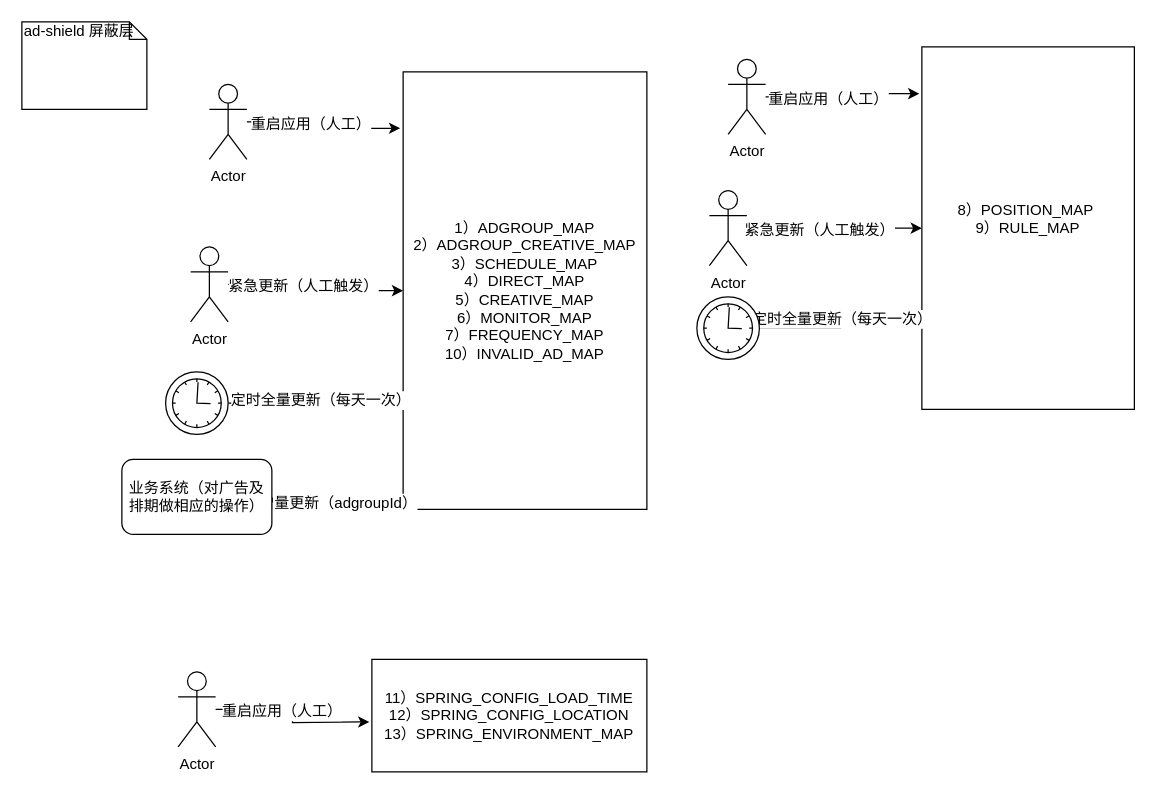
This is Untitled Diagram.drawio from cp0802/xueqqiu, a draw.io file, before an edit. Source tidied: cells renumbered, new cells numbered last; positions are measured from the earlier drawing's top-left corner, leaving out a move shared by most shapes. Both pictures are drawn from the tidied source at 125%, with x=0, y=0 at pixel (21, 21).
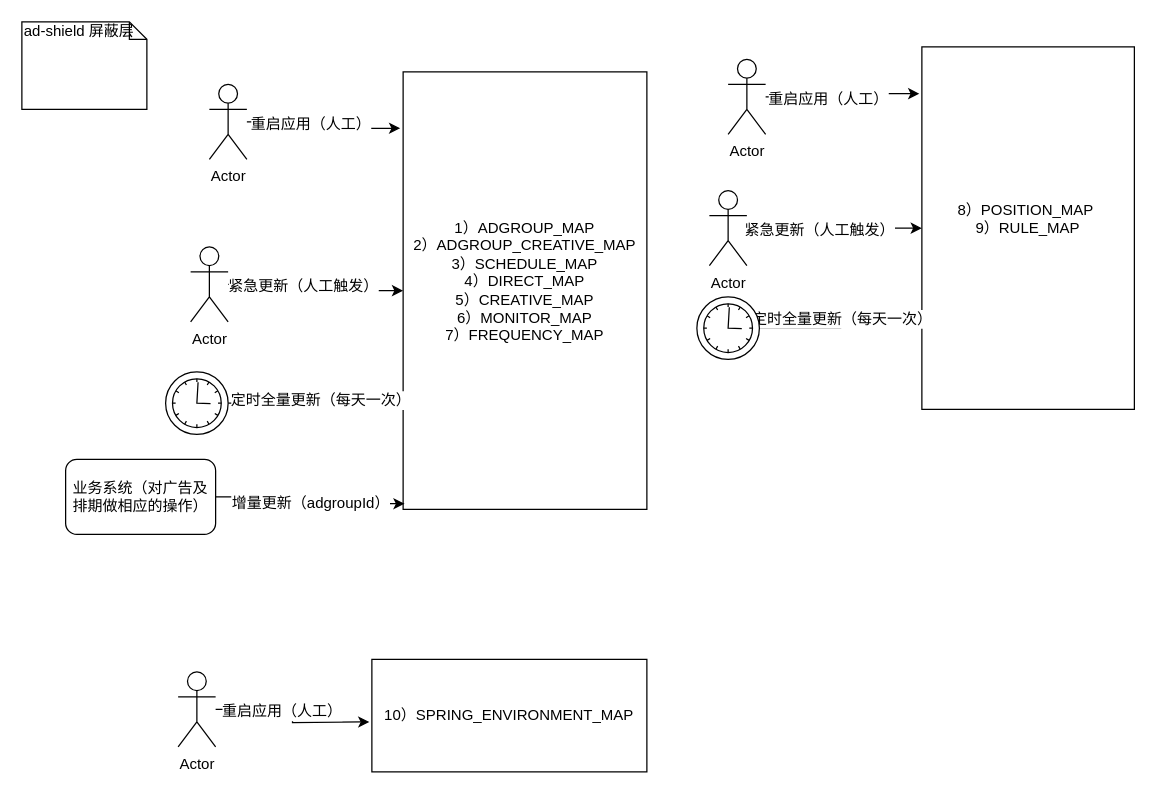
Above is the later version.

Change to the diagram source:
```diff
@@
-    <mxCell id="2" value="&lt;div&gt;1）ADGROUP_MAP&lt;/div&gt;2）ADGROUP_CREATIVE_MAP&lt;br&gt;3）SCHEDULE_MAP&lt;br&gt;&lt;div&gt;4）DIRECT_MAP&lt;/div&gt;&lt;div&gt;5）CREATIVE_MAP&lt;/div&gt;&lt;div&gt;6）MONITOR_MAP&lt;/div&gt;&lt;div&gt;7）FREQUENCY_MAP&lt;/div&gt;&lt;div&gt;10）INVALID_AD_MAP&lt;br&gt;&lt;/div&gt;" style="rounded=0;whiteSpace=wrap;html=1;" parent="1" vertex="1">
+    <mxCell id="2" value="&lt;div&gt;1）ADGROUP_MAP&lt;/div&gt;2）ADGROUP_CREATIVE_MAP&lt;br&gt;3）SCHEDULE_MAP&lt;br&gt;&lt;div&gt;4）DIRECT_MAP&lt;/div&gt;&lt;div&gt;5）CREATIVE_MAP&lt;/div&gt;&lt;div&gt;6）MONITOR_MAP&lt;/div&gt;&lt;div&gt;7）FREQUENCY_MAP&lt;/div&gt;&lt;div&gt;&lt;br&gt;&lt;/div&gt;" style="rounded=0;whiteSpace=wrap;html=1;" parent="1" vertex="1">
       <mxGeometry x="305" y="40" width="195" height="350" as="geometry" />
     </mxCell>
@@
     <mxCell id="14" value="业务系统（对广告及排期做相应的操作）" style="rounded=1;whiteSpace=wrap;html=1;" parent="1" vertex="1">
-      <mxGeometry x="80" y="350" width="120" height="60" as="geometry" />
+      <mxGeometry x="35" y="350" width="120" height="60" as="geometry" />
     </mxCell>
@@
-    <mxCell id="26" value="&lt;div&gt;11）SPRING_CONFIG_LOAD_TIME&lt;/div&gt;&lt;div&gt;12）SPRING_CONFIG_LOCATION&lt;/div&gt;&lt;div&gt;13）SPRING_ENVIRONMENT_MAP&lt;/div&gt;" style="rounded=0;whiteSpace=wrap;html=1;" parent="1" vertex="1">
+    <mxCell id="26" value="&lt;div&gt;10）SPRING_ENVIRONMENT_MAP&lt;/div&gt;" style="rounded=0;whiteSpace=wrap;html=1;" parent="1" vertex="1">
       <mxGeometry x="280" y="510" width="220" height="90" as="geometry" />
     </mxCell>
```
